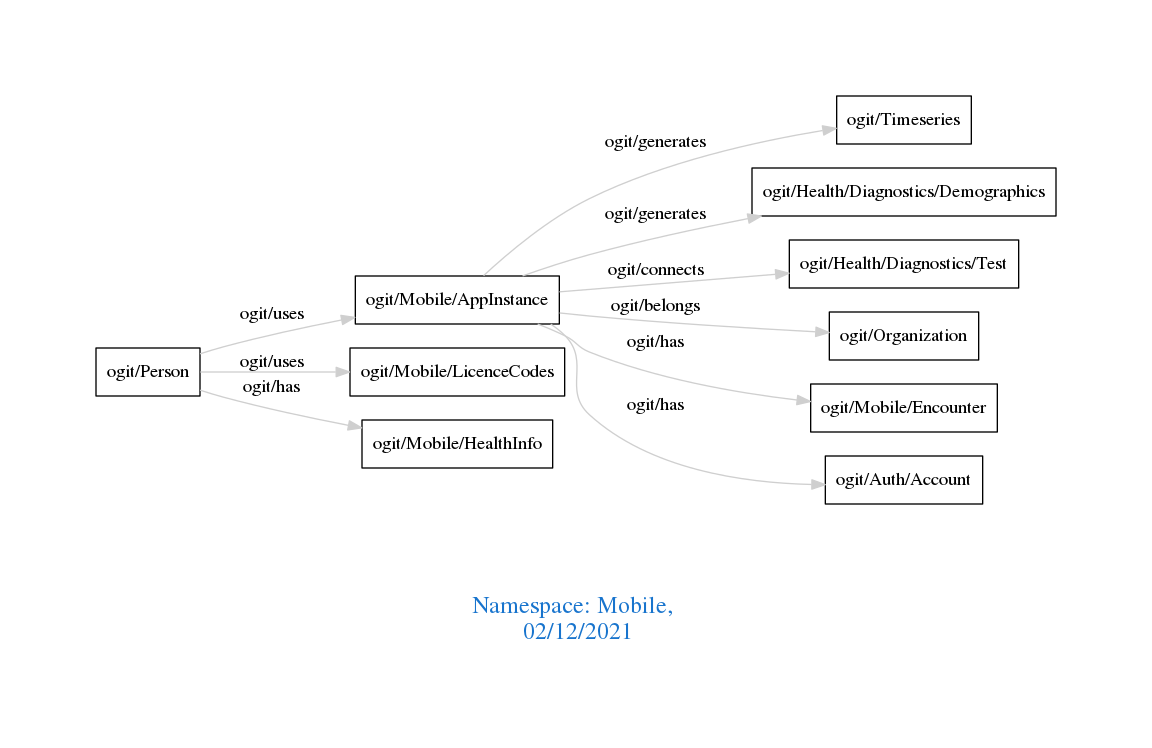
The Graphviz diagram downloads/Mobile.png in arago/OGIT, before a commit. Its source is kept beside it as downloads/Mobile.dot.
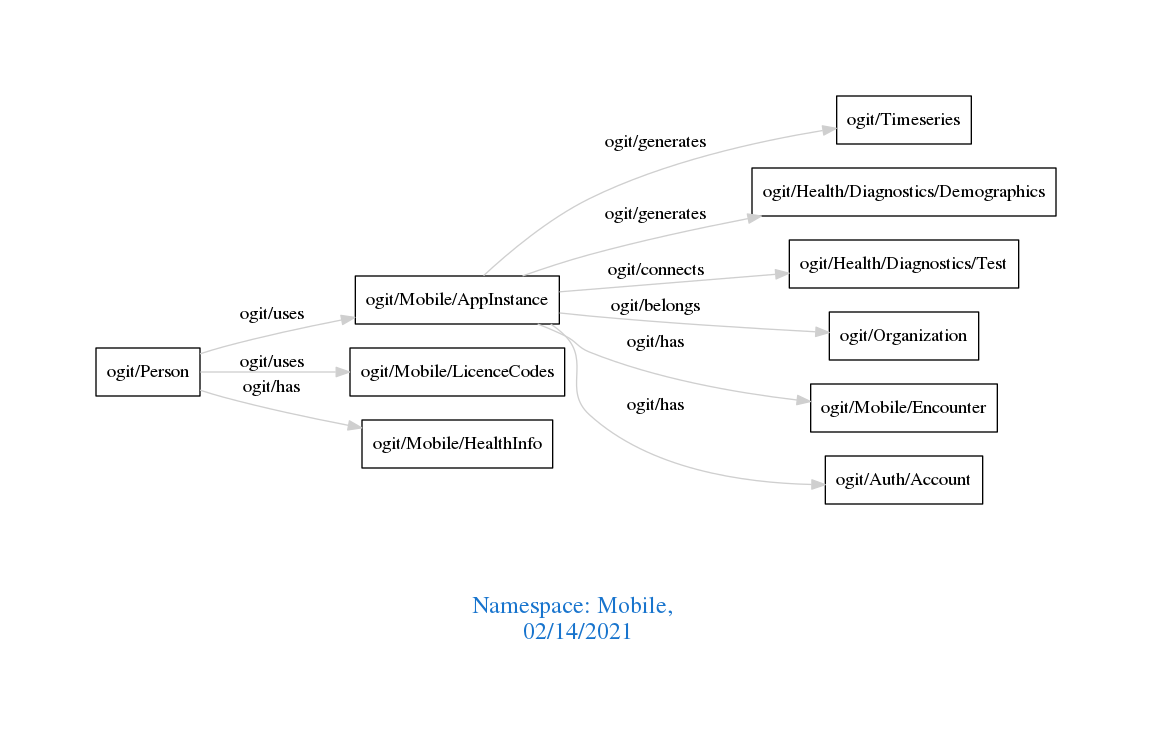
Later version of the same file.

Change to the diagram source:
```diff
@@ -1,7 +1,7 @@
 digraph OGIT_ontology {
  graph [ rankdir= LR,pad=1
 fontsize = 18,
-fontcolor= dodgerblue3,label = "\n\n\nNamespace: Mobile, \n 02/12/2021"];
+fontcolor= dodgerblue3,label = "\n\n\nNamespace: Mobile, \n 02/14/2021"];
 node[shape=polygon];
 edge [  color="gray81"];
 
```
